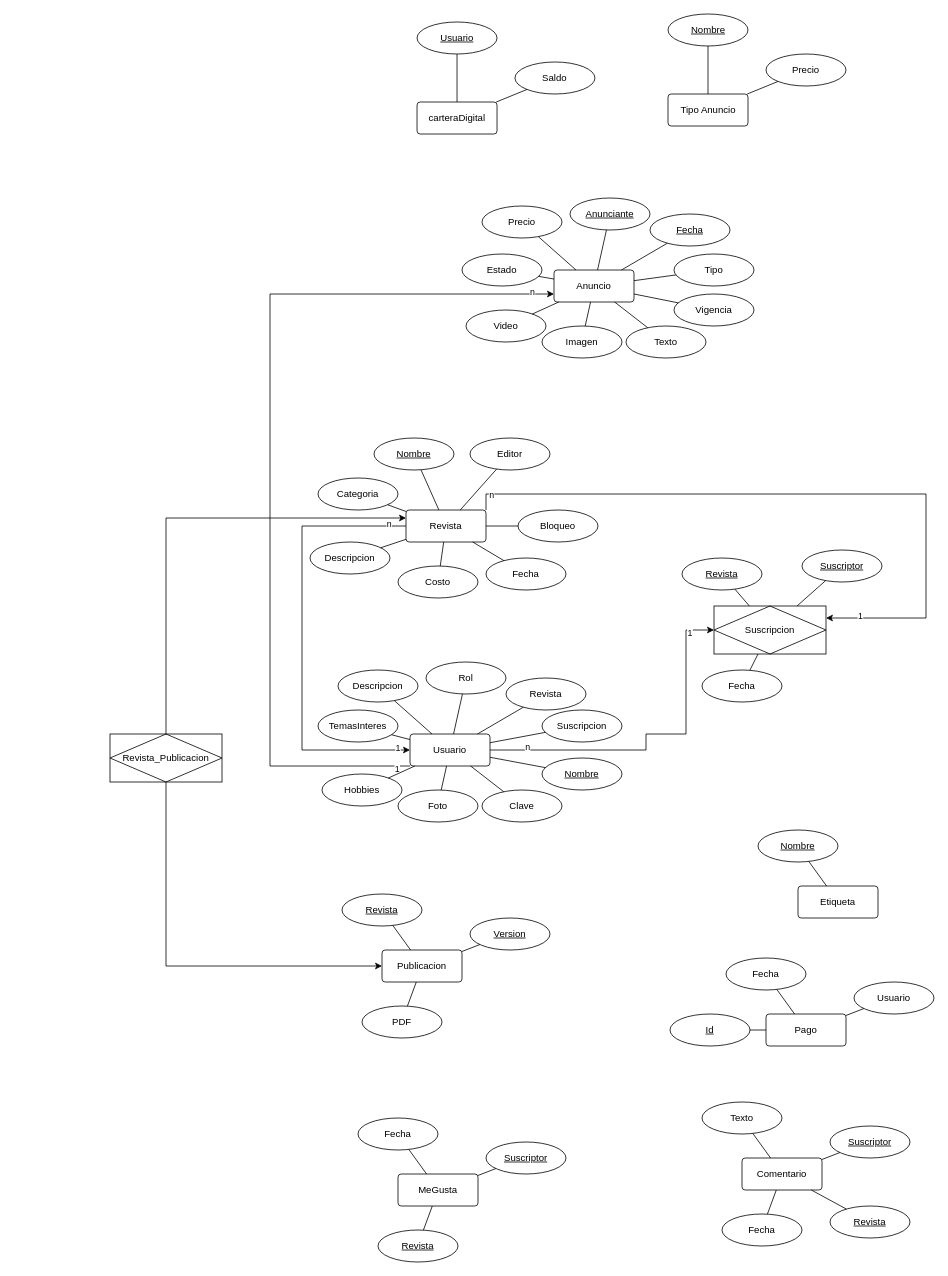
Before: Diagrama Entidad Relacion.drawio in MynorDaniel/revistas-digitales, a draw.io diagram. Source tidied: cells renumbered, new cells numbered last; positions are measured from the earlier drawing's top-left corner, leaving out a move shared by most shapes. Both pictures are drawn from the tidied source at 80%, with x=0, y=0 at pixel (110, 14).
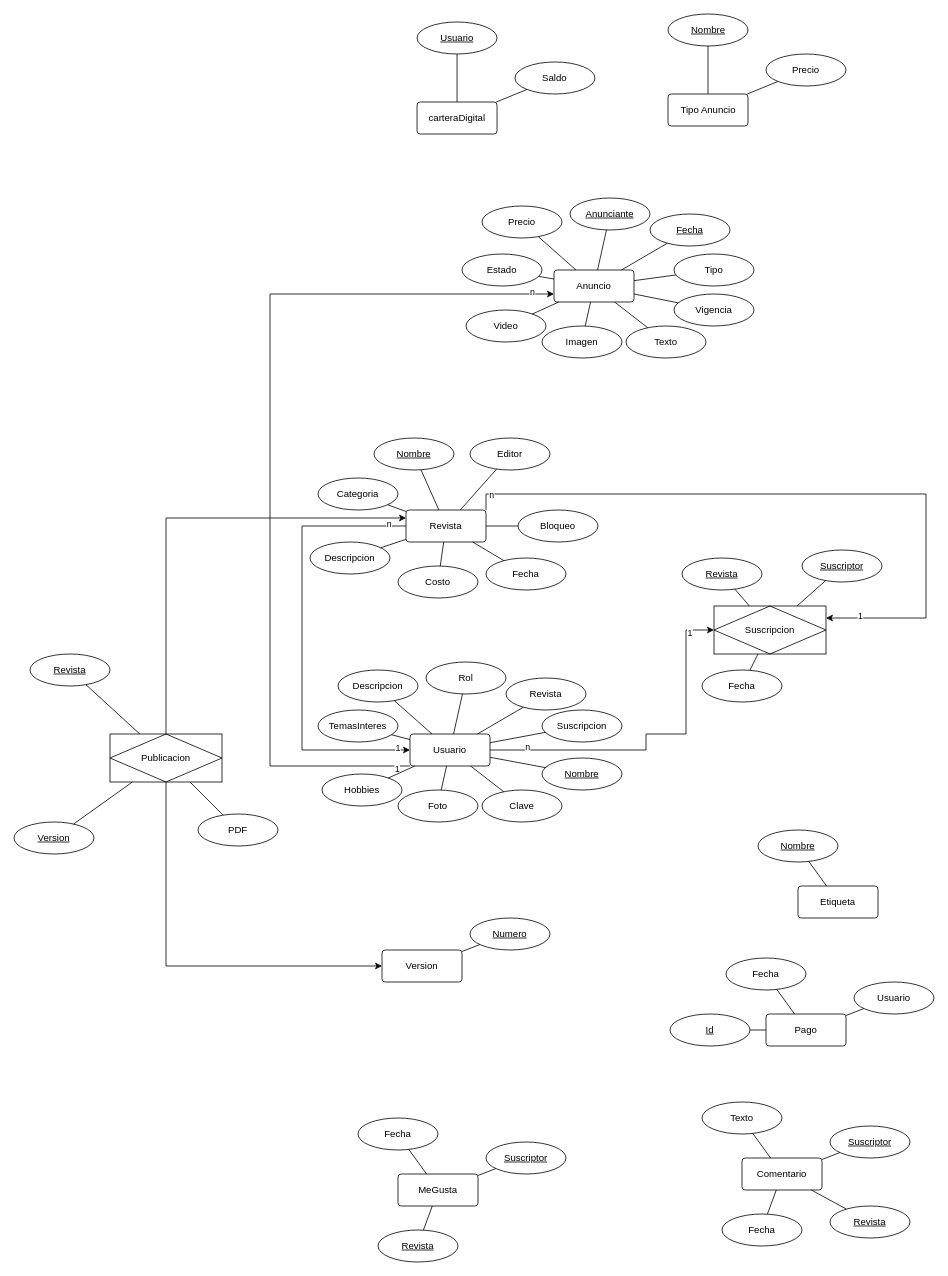
The same diagram, later.

What changed in the source:
```diff
@@
-    <mxCell id="73" value="Publicacion" style="rounded=1;arcSize=10;whiteSpace=wrap;html=1;align=center;" parent="1" vertex="1">
+    <mxCell id="73" value="Version" style="rounded=1;arcSize=10;whiteSpace=wrap;html=1;align=center;" parent="1" vertex="1">
       <mxGeometry x="340" y="1170" width="100" height="40" as="geometry" />
     </mxCell>
     <mxCell id="74" value="PDF" style="ellipse;whiteSpace=wrap;html=1;align=center;" parent="1" vertex="1">
-      <mxGeometry x="315" y="1240" width="100" height="40" as="geometry" />
+      <mxGeometry x="110" y="1000" width="100" height="40" as="geometry" />
     </mxCell>
-    <mxCell id="75" value="&lt;u&gt;Version&lt;/u&gt;" style="ellipse;whiteSpace=wrap;html=1;align=center;" parent="1" vertex="1">
+    <mxCell id="75" value="&lt;u&gt;Numero&lt;/u&gt;" style="ellipse;whiteSpace=wrap;html=1;align=center;" parent="1" vertex="1">
       <mxGeometry x="450" y="1130" width="100" height="40" as="geometry" />
     </mxCell>
     <mxCell id="76" value="&lt;u&gt;Revista&lt;/u&gt;" style="ellipse;whiteSpace=wrap;html=1;align=center;" parent="1" vertex="1">
-      <mxGeometry x="290" y="1100" width="100" height="40" as="geometry" />
+      <mxGeometry x="-100" y="800" width="100" height="40" as="geometry" />
     </mxCell>
@@
-    <mxCell id="78" style="endArrow=none;html=1;rounded=0;" parent="1" edge="1" source="74" target="73">
+    <mxCell id="78" style="endArrow=none;html=1;rounded=0;" parent="1" edge="1" source="74" target="119">
       <mxGeometry relative="1" as="geometry" />
     </mxCell>
-    <mxCell id="79" style="endArrow=none;html=1;rounded=0;" parent="1" edge="1" source="76" target="73">
+    <mxCell id="79" style="endArrow=none;html=1;rounded=0;" parent="1" edge="1" source="76" target="119">
       <mxGeometry relative="1" as="geometry" />
     </mxCell>
@@
-    <mxCell id="119" value="Revista_Publicacion" style="shape=associativeEntity;whiteSpace=wrap;html=1;align=center;" parent="1" vertex="1">
+    <mxCell id="119" value="Publicacion" style="shape=associativeEntity;whiteSpace=wrap;html=1;align=center;" parent="1" vertex="1">
       <mxGeometry y="900" width="140" height="60" as="geometry" />
     </mxCell>
+    <mxCell id="120" value="&lt;u&gt;Version&lt;/u&gt;" style="ellipse;whiteSpace=wrap;html=1;align=center;" parent="1" vertex="1">
+      <mxGeometry x="-120" y="1010" width="100" height="40" as="geometry" />
+    </mxCell>
+    <mxCell id="121" style="endArrow=none;html=1;rounded=0;" parent="1" edge="1" source="120" target="119">
+      <mxGeometry relative="1" as="geometry" />
+    </mxCell>
```
